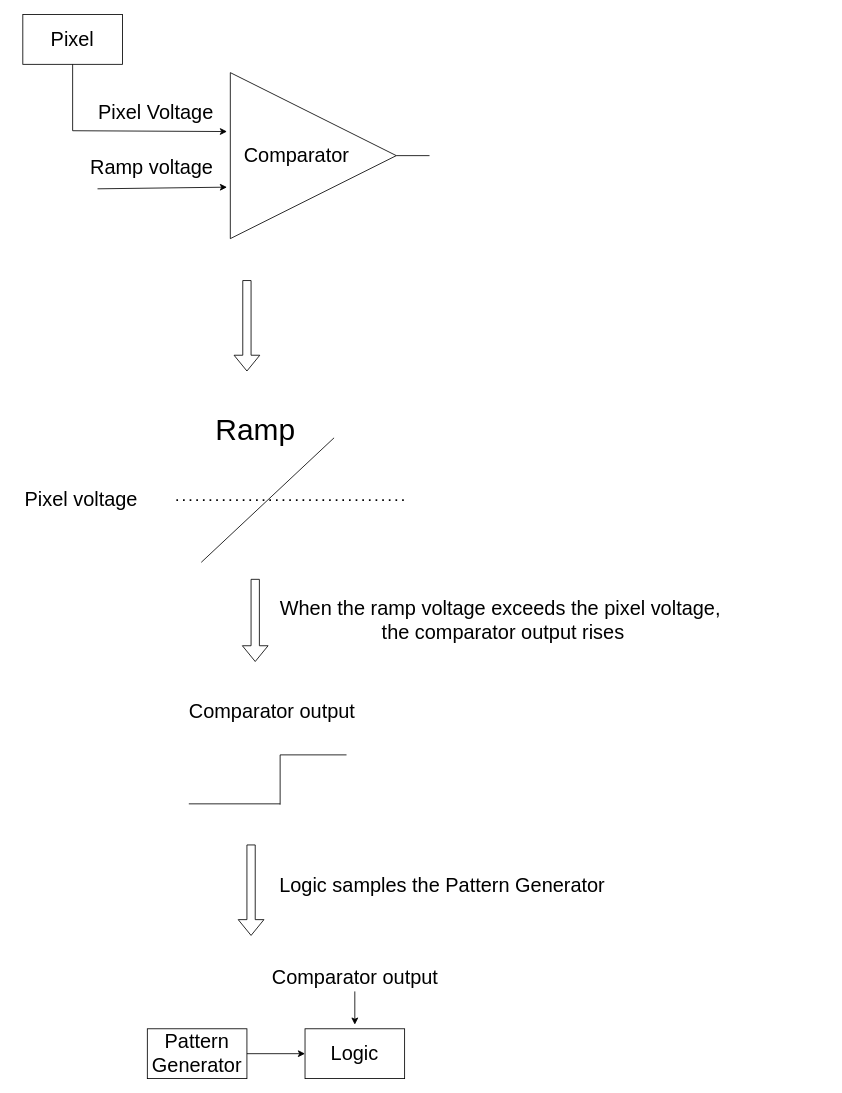
sabarioded/Patterns_Project keeps this draw.io diagram as Diagrams/step2.drawio. Above is the earlier version. Source tidied: cells renumbered, new cells numbered last; positions are measured from the earlier drawing's top-left corner, leaving out a move shared by most shapes. Both pictures are drawn from the tidied source at 83%, with x=0, y=0 at pixel (14, 14).
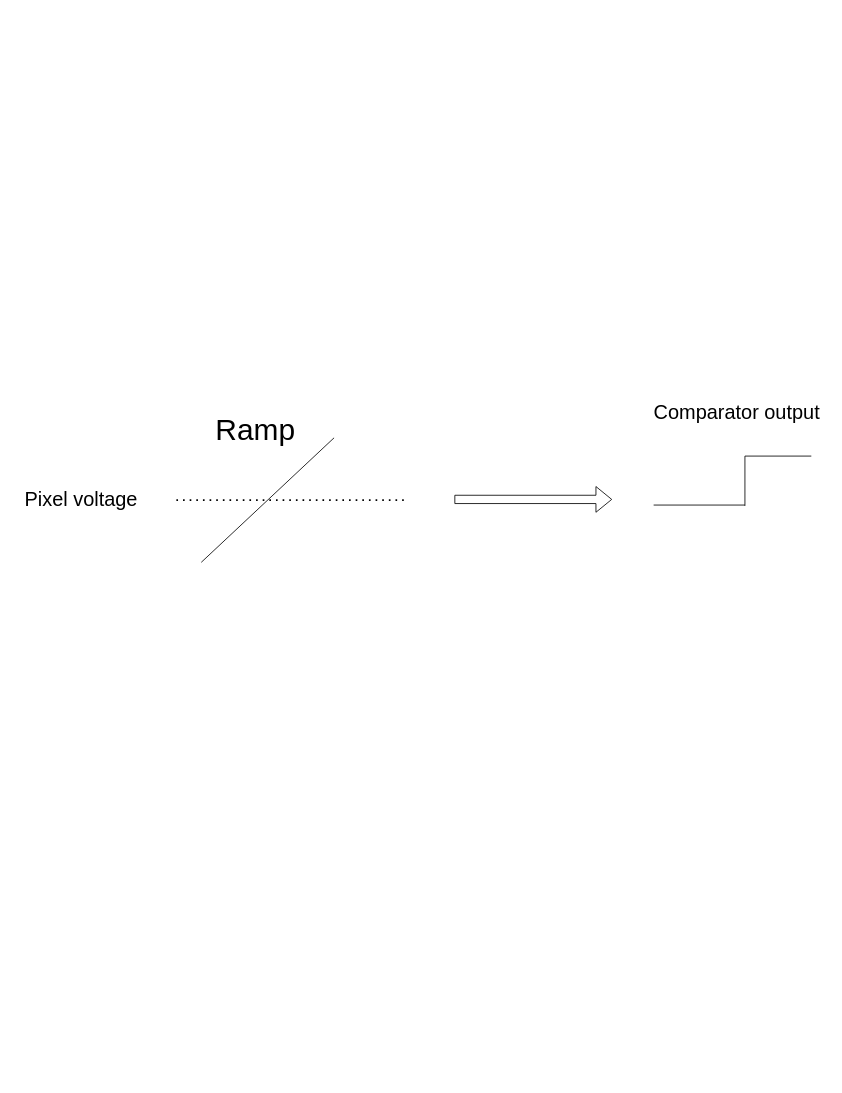
The same diagram, later.

Change to the diagram source:
```diff
@@
-    <mxCell id="2" style="triangle;whiteSpace=wrap;html=1;" parent="1" vertex="1">
-      <mxGeometry x="260" y="70" width="200" height="200" as="geometry" />
-    </mxCell>
-    <mxCell id="3" style="endArrow=classic;html=1;rounded=0;entryX=-0.02;entryY=0.405;entryDx=0;entryDy=0;entryPerimeter=0;" parent="1" edge="1">
-      <mxGeometry relative="1" as="geometry">
-        <mxPoint x="70" y="140" as="sourcePoint" />
-        <mxPoint x="256" y="141" as="targetPoint" />
-      </mxGeometry>
-    </mxCell>
-    <mxCell id="4" style="endArrow=classic;html=1;rounded=0;entryX=-0.02;entryY=0.405;entryDx=0;entryDy=0;entryPerimeter=0;" parent="1" edge="1">
-      <mxGeometry relative="1" as="geometry">
-        <mxPoint x="100" y="210" as="sourcePoint" />
-        <mxPoint x="256" y="208" as="targetPoint" />
-      </mxGeometry>
-    </mxCell>
-    <mxCell id="5" value="&lt;font style=&quot;font-size: 24px;&quot;&gt;Ramp voltage&lt;/font&gt;" style="text;html=1;align=center;verticalAlign=middle;strokeColor=none;fillColor=none;" parent="1" vertex="1">
-      <mxGeometry x="80" y="165" width="170" height="40" as="geometry" />
-    </mxCell>
@@
-    <mxCell id="8" style="endArrow=none;html=1;rounded=0;exitX=1;exitY=0.5;exitDx=0;exitDy=0;" parent="1" edge="1" source="2">
-      <mxGeometry relative="1" as="geometry">
-        <mxPoint x="500" y="170" as="targetPoint" />
-      </mxGeometry>
-    </mxCell>
     <mxCell id="9" style="endArrow=none;html=1;rounded=0;" parent="1" edge="1">
       <mxGeometry relative="1" as="geometry">
-        <mxPoint x="210" y="951" as="sourcePoint" />
-        <mxPoint x="320" y="951" as="targetPoint" />
+        <mxPoint x="770" y="591" as="sourcePoint" />
+        <mxPoint x="880" y="591" as="targetPoint" />
       </mxGeometry>
     </mxCell>
     <mxCell id="10" style="endArrow=none;html=1;rounded=0;" parent="1" edge="1">
       <mxGeometry relative="1" as="geometry">
-        <mxPoint x="320" y="952" as="sourcePoint" />
-        <mxPoint x="320" y="892" as="targetPoint" />
+        <mxPoint x="880" y="592" as="sourcePoint" />
+        <mxPoint x="880" y="532" as="targetPoint" />
       </mxGeometry>
     </mxCell>
-    <mxCell id="11" value="&lt;font style=&quot;font-size: 24px;&quot;&gt;Comparator&lt;/font&gt;" style="text;html=1;align=center;verticalAlign=middle;whiteSpace=wrap;rounded=0;" parent="1" vertex="1">
-      <mxGeometry x="310" y="155" width="60" height="30" as="geometry" />
-    </mxCell>
     <mxCell id="12" style="endArrow=none;html=1;rounded=0;" parent="1" edge="1">
       <mxGeometry relative="1" as="geometry">
-        <mxPoint x="320" y="892" as="sourcePoint" />
-        <mxPoint x="400" y="892" as="targetPoint" />
+        <mxPoint x="880" y="532" as="sourcePoint" />
+        <mxPoint x="960" y="532" as="targetPoint" />
       </mxGeometry>
     </mxCell>
-    <mxCell id="13" value="&lt;font style=&quot;font-size: 24px;&quot;&gt;Pixel&lt;/font&gt;" style="rounded=0;whiteSpace=wrap;html=1;" parent="1" vertex="1">
-      <mxGeometry x="10" width="120" height="60" as="geometry" />
-    </mxCell>
-    <mxCell id="14" style="endArrow=none;html=1;rounded=0;entryX=0.5;entryY=1;entryDx=0;entryDy=0;" parent="1" edge="1" target="13">
-      <mxGeometry relative="1" as="geometry">
-        <mxPoint x="70" y="140" as="sourcePoint" />
-      </mxGeometry>
-    </mxCell>
@@
     <mxCell id="17" style="shape=flexArrow;endArrow=classic;html=1;rounded=0;" parent="1" edge="1">
       <mxGeometry relative="1" as="geometry">
-        <mxPoint x="290" y="680" as="sourcePoint" />
-        <mxPoint x="290" y="780" as="targetPoint" />
+        <mxPoint x="530" y="584.2" as="sourcePoint" />
+        <mxPoint x="720" y="584.2" as="targetPoint" />
       </mxGeometry>
     </mxCell>
-    <mxCell id="18" value="&lt;font style=&quot;font-size: 24px;&quot;&gt;Pixel Voltage&lt;/font&gt;" style="text;html=1;align=center;verticalAlign=middle;strokeColor=none;fillColor=none;" parent="1" vertex="1">
-      <mxGeometry x="90" y="98" width="160" height="40" as="geometry" />
-    </mxCell>
     <mxCell id="19" value="&lt;font style=&quot;font-size: 24px;&quot;&gt;Comparator output&lt;/font&gt;" style="text;html=1;align=center;verticalAlign=middle;strokeColor=none;fillColor=none;" parent="1" vertex="1">
-      <mxGeometry x="200" y="820" width="220" height="40" as="geometry" />
+      <mxGeometry x="760" y="460" width="220" height="40" as="geometry" />
     </mxCell>
-    <mxCell id="20" style="shape=flexArrow;endArrow=classic;html=1;rounded=0;" parent="1" edge="1">
-      <mxGeometry relative="1" as="geometry">
-        <mxPoint x="280" y="320" as="sourcePoint" />
-        <mxPoint x="280" y="430" as="targetPoint" />
-      </mxGeometry>
-    </mxCell>
-    <mxCell id="21" style="shape=flexArrow;endArrow=classic;html=1;rounded=0;" parent="1" edge="1">
-      <mxGeometry relative="1" as="geometry">
-        <mxPoint x="285" y="1000" as="sourcePoint" />
-        <mxPoint x="285" y="1110" as="targetPoint" />
-      </mxGeometry>
-    </mxCell>
-    <mxCell id="22" value="&lt;font style=&quot;font-size: 24px;&quot;&gt;Pattern Generator&lt;/font&gt;" style="rounded=0;whiteSpace=wrap;html=1;" parent="1" vertex="1">
-      <mxGeometry x="160" y="1222" width="120" height="60" as="geometry" />
-    </mxCell>
-    <mxCell id="23" value="&lt;font style=&quot;font-size: 24px;&quot;&gt;Logic&lt;/font&gt;" style="rounded=0;whiteSpace=wrap;html=1;" parent="1" vertex="1">
-      <mxGeometry x="350" y="1222" width="120" height="60" as="geometry" />
-    </mxCell>
-    <mxCell id="24" style="endArrow=classic;html=1;rounded=0;" parent="1" edge="1">
-      <mxGeometry relative="1" as="geometry">
-        <mxPoint x="410" y="1177" as="sourcePoint" />
-        <mxPoint x="410" y="1217" as="targetPoint" />
-      </mxGeometry>
-    </mxCell>
-    <mxCell id="25" value="&lt;font style=&quot;font-size: 24px;&quot;&gt;Comparator output&lt;/font&gt;" style="text;html=1;align=center;verticalAlign=middle;strokeColor=none;fillColor=none;" parent="1" vertex="1">
-      <mxGeometry x="300" y="1140" width="220" height="40" as="geometry" />
-    </mxCell>
-    <mxCell id="26" style="endArrow=classic;html=1;rounded=0;entryX=0;entryY=0.5;entryDx=0;entryDy=0;exitX=1;exitY=0.5;exitDx=0;exitDy=0;" parent="1" edge="1" source="22" target="23">
-      <mxGeometry relative="1" as="geometry" />
-    </mxCell>
-    <mxCell id="27" value="&lt;font style=&quot;font-size: 24px;&quot;&gt;Logic samples the Pattern Generator&lt;/font&gt;" style="text;html=1;align=center;verticalAlign=middle;strokeColor=none;fillColor=none;" parent="1" vertex="1">
-      <mxGeometry x="305" y="1030" width="420" height="40" as="geometry" />
-    </mxCell>
-    <mxCell id="28" value="&lt;font style=&quot;font-size: 24px;&quot;&gt;When the ramp voltage exceeds the pixel voltage,&lt;/font&gt;&lt;div&gt;&lt;font style=&quot;font-size: 24px;&quot;&gt;&amp;nbsp;the comparator output rises&lt;/font&gt;&lt;/div&gt;" style="text;html=1;align=center;verticalAlign=middle;strokeColor=none;fillColor=none;" parent="1" vertex="1">
-      <mxGeometry x="310" y="695" width="550" height="70" as="geometry" />
-    </mxCell>
```
